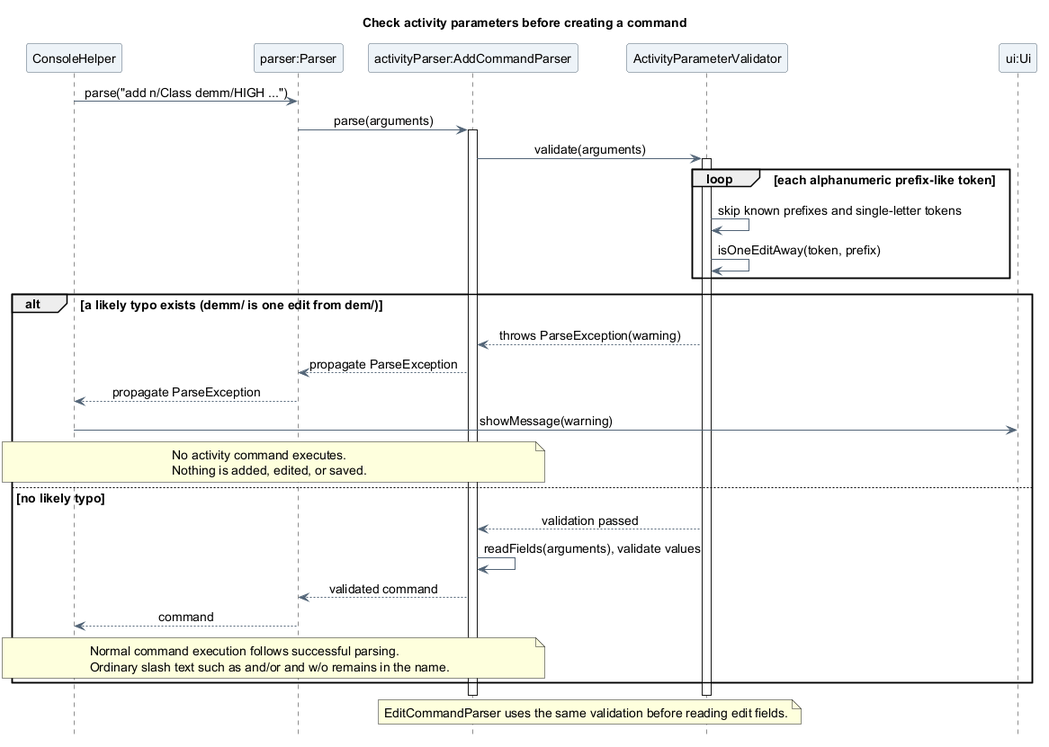
Earlier version of the PlantUML export docs/images/luke/sequence/ActivityParameterValidationSequence.png (AY2627S1-CS2113-T10-4/tp).
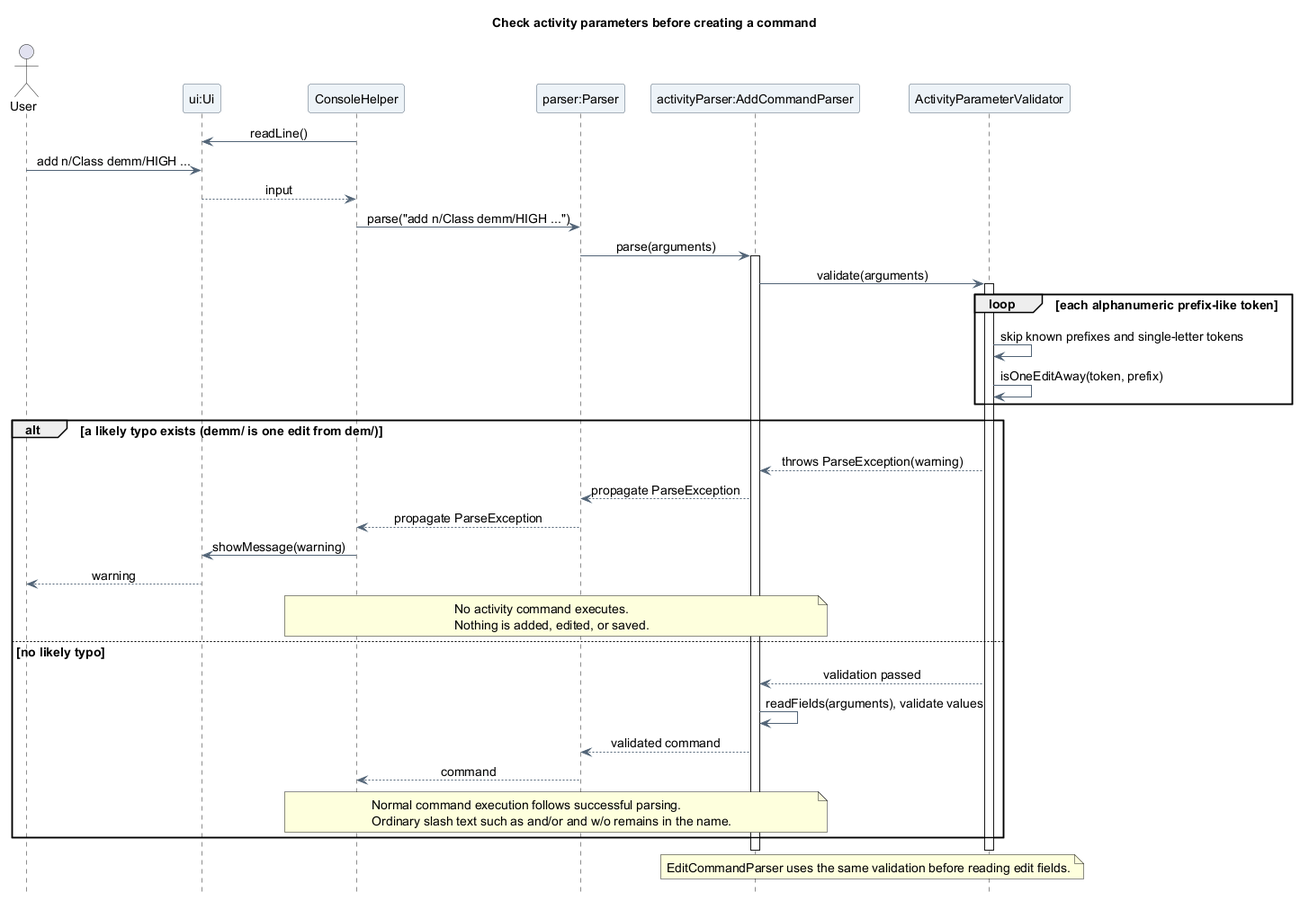
The same diagram one commit later.

What changed in the source:
```diff
@@ -10,11 +10,16 @@
 skinparam sequenceMessageAlign center
 hide footbox
 
+actor "User" as User
+participant "ui:Ui" as UI
 participant ConsoleHelper as Console
 participant "parser:Parser" as Parser
 participant "activityParser:AddCommandParser" as Fields
 participant ActivityParameterValidator as Validator
-participant "ui:Ui" as UI
+
+Console -> UI : readLine()
+User -> UI : add n/Class demm/HIGH ...
+UI --> Console : input
 
 Console -> Parser : parse("add n/Class demm/HIGH ...")
 Parser -> Fields : parse(arguments)
@@ -30,6 +35,7 @@
   Fields --> Parser : propagate ParseException
   Parser --> Console : propagate ParseException
   Console -> UI : showMessage(warning)
+  UI --> User : warning
   note over Console, Fields
     No activity command executes.
     Nothing is added, edited, or saved.
```
